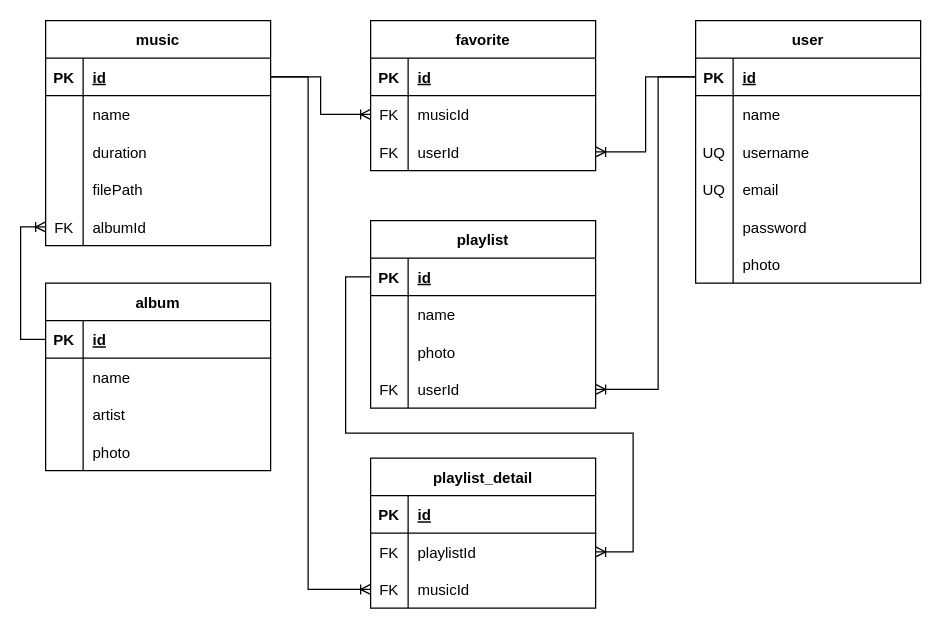
The draw.io diagram database/Music Player ERD.drawio in Nub-en-Nuber/MusicPlayer-Backend, before the edit. Source tidied: cells renumbered, new cells numbered last; positions are measured from the earlier drawing's top-left corner, leaving out a move shared by most shapes. Both pictures are drawn from the tidied source at 125%, with x=0, y=0 at pixel (45, 20).
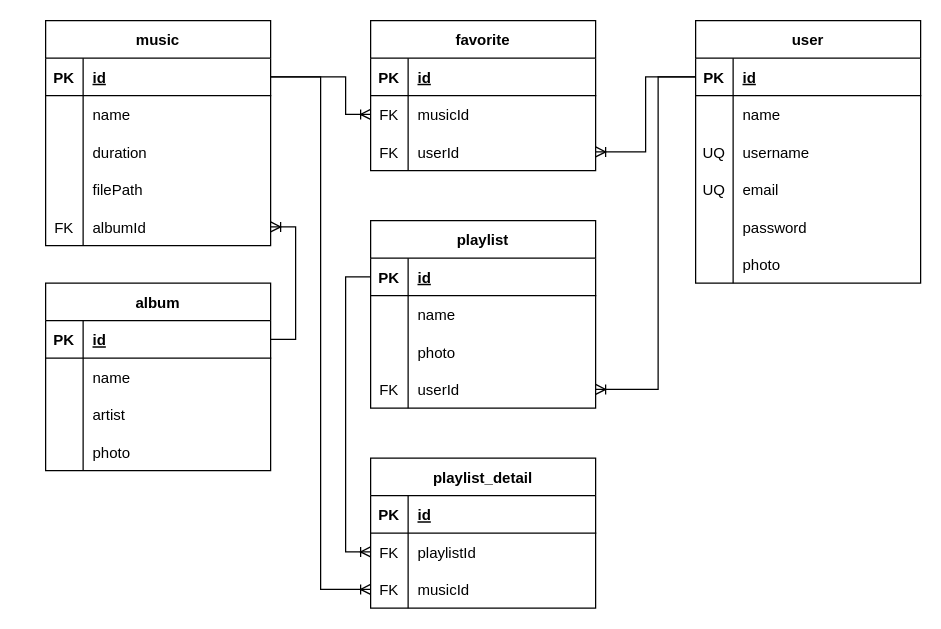
Above is the later version.

Commit message (it also covers changes not shown here):
finish database design

The change refers to these unchanged cells:
```xml
<mxCell id="3" style="shape=tableRow;horizontal=0;startSize=0;swimlaneHead=0;swimlaneBody=0;fillColor=none;points=[[0,0.5],[1,0.5]];portConstraint=eastwest;top=0;left=0;right=0;bottom=1;" parent="2" vertex="1">
  <mxGeometry y="30" width="180" height="30" as="geometry" />
</mxCell>
<mxCell id="15" style="shape=tableRow;horizontal=0;startSize=0;swimlaneHead=0;swimlaneBody=0;fillColor=none;points=[[0,0.5],[1,0.5]];portConstraint=eastwest;top=0;left=0;right=0;bottom=0;" parent="2" vertex="1">
  <mxGeometry y="150" width="180" height="30" as="geometry" />
</mxCell>
<mxCell id="41" style="shape=tableRow;horizontal=0;startSize=0;swimlaneHead=0;swimlaneBody=0;fillColor=none;points=[[0,0.5],[1,0.5]];portConstraint=eastwest;top=0;left=0;right=0;bottom=0;" parent="37" vertex="1">
  <mxGeometry y="60" width="180" height="30" as="geometry" />
</mxCell>
<mxCell id="48" style="shape=tableRow;horizontal=0;startSize=0;swimlaneHead=0;swimlaneBody=0;fillColor=none;points=[[0,0.5],[1,0.5]];portConstraint=eastwest;top=0;left=0;right=0;bottom=1;" parent="47" vertex="1">
  <mxGeometry y="30" width="180" height="30" as="geometry" />
</mxCell>
<mxCell id="64" style="shape=tableRow;horizontal=0;startSize=0;swimlaneHead=0;swimlaneBody=0;fillColor=none;points=[[0,0.5],[1,0.5]];portConstraint=eastwest;top=0;left=0;right=0;bottom=0;" parent="60" vertex="1">
  <mxGeometry y="60" width="180" height="30" as="geometry" />
</mxCell>
<mxCell id="67" style="shape=tableRow;horizontal=0;startSize=0;swimlaneHead=0;swimlaneBody=0;fillColor=none;points=[[0,0.5],[1,0.5]];portConstraint=eastwest;top=0;left=0;right=0;bottom=0;" parent="60" vertex="1">
  <mxGeometry y="90" width="180" height="30" as="geometry" />
</mxCell>
<mxCell id="76" style="shape=tableRow;horizontal=0;startSize=0;swimlaneHead=0;swimlaneBody=0;fillColor=none;points=[[0,0.5],[1,0.5]];portConstraint=eastwest;top=0;left=0;right=0;bottom=1;" parent="75" vertex="1">
  <mxGeometry y="30" width="180" height="30" as="geometry" />
</mxCell>
```

The edit, as a diff of the source:
```diff
@@
     <mxCell id="71" style="edgeStyle=orthogonalEdgeStyle;rounded=0;jettySize=auto;html=1;entryX=0;entryY=0.5;entryDx=0;entryDy=0;endArrow=ERoneToMany;endFill=0;exitX=1;exitY=0.5;exitDx=0;exitDy=0;" parent="1" edge="1" source="3" target="41">
-      <mxGeometry relative="1" as="geometry" />
+      <mxGeometry relative="1" as="geometry">
+        <Array as="points">
+          <mxPoint x="240" y="45" />
+          <mxPoint x="240" y="75" />
+        </Array>
+      </mxGeometry>
     </mxCell>
     <mxCell id="72" style="edgeStyle=orthogonalEdgeStyle;rounded=0;jettySize=auto;html=1;entryX=0;entryY=0.5;entryDx=0;entryDy=0;endArrow=ERoneToMany;endFill=0;exitX=1;exitY=0.5;exitDx=0;exitDy=0;" parent="1" edge="1" source="3" target="67">
       <mxGeometry relative="1" as="geometry">
         <Array as="points">
-          <mxPoint x="210" y="45" />
-          <mxPoint x="210" y="455" />
+          <mxPoint x="220" y="45" />
+          <mxPoint x="220" y="455" />
         </Array>
       </mxGeometry>
     </mxCell>
@@
-    <mxCell id="74" style="edgeStyle=orthogonalEdgeStyle;rounded=0;jettySize=auto;html=1;entryX=1;entryY=0.5;entryDx=0;entryDy=0;endArrow=ERoneToMany;endFill=0;exitX=0;exitY=0.5;exitDx=0;exitDy=0;" parent="1" edge="1" source="48" target="64">
+    <mxCell id="74" style="edgeStyle=orthogonalEdgeStyle;rounded=0;jettySize=auto;html=1;entryX=0;entryY=0.5;entryDx=0;entryDy=0;endArrow=ERoneToMany;endFill=0;exitX=0;exitY=0.5;exitDx=0;exitDy=0;" parent="1" edge="1" source="48" target="64">
       <mxGeometry relative="1" as="geometry">
         <Array as="points">
           <mxPoint x="240" y="205" />
-          <mxPoint x="240" y="330" />
-          <mxPoint x="470" y="330" />
-          <mxPoint x="470" y="425" />
+          <mxPoint x="240" y="425" />
         </Array>
       </mxGeometry>
     </mxCell>
@@
-    <mxCell id="88" style="edgeStyle=orthogonalEdgeStyle;rounded=0;jettySize=auto;html=1;entryX=0;entryY=0.5;entryDx=0;entryDy=0;endArrow=ERoneToMany;endFill=0;" parent="1" edge="1" source="76" target="15">
-      <mxGeometry relative="1" as="geometry" />
+    <mxCell id="88" style="edgeStyle=orthogonalEdgeStyle;rounded=0;jettySize=auto;html=1;endArrow=ERoneToMany;endFill=0;entryX=1;entryY=0.5;entryDx=0;entryDy=0;" parent="1" edge="1" source="76" target="15">
+      <mxGeometry relative="1" as="geometry">
+        <Array as="points">
+          <mxPoint x="200" y="255" />
+          <mxPoint x="200" y="165" />
+        </Array>
+      </mxGeometry>
     </mxCell>
```
